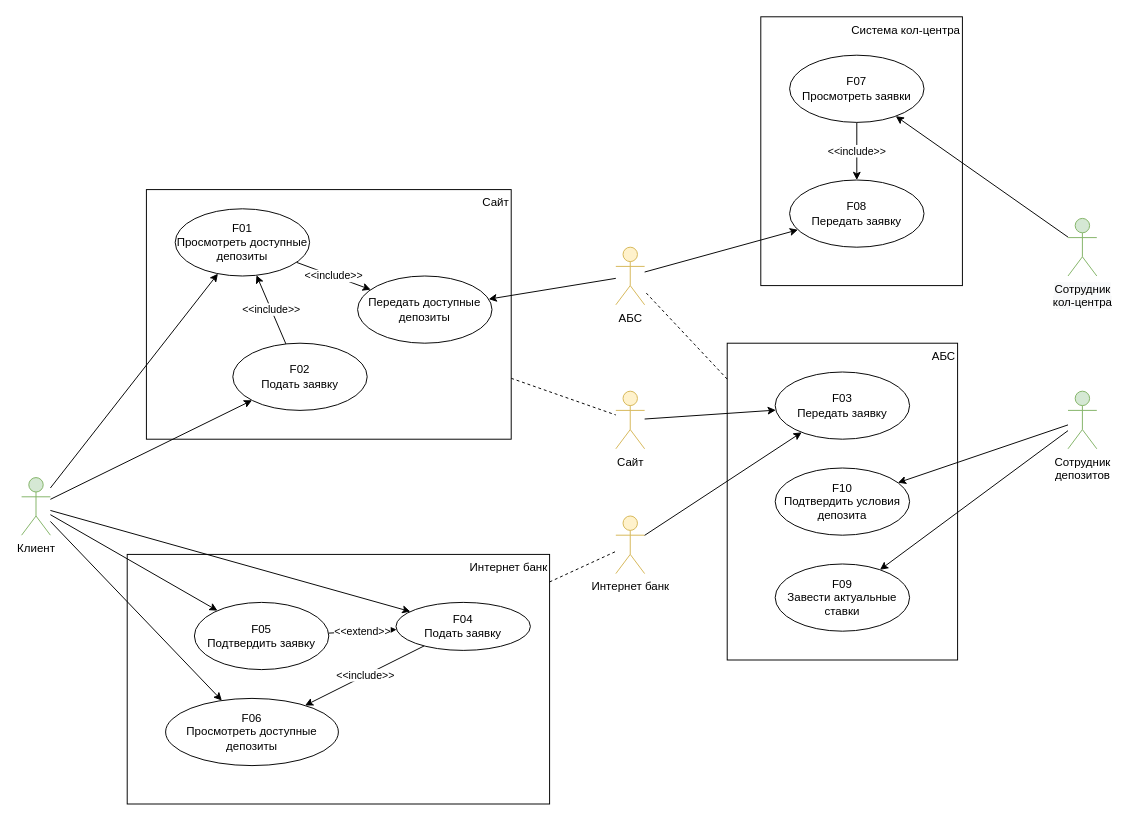
Above: page "Model UC" (1 of 2) of Exc3/usecases.drawio in asbelon/architecture-sprint-9 (draw.io), before the change. Source tidied: cells renumbered, new cells numbered last; positions are measured from the earlier drawing's top-left corner, leaving out a move shared by most shapes. Both pictures are drawn from the tidied source at 96%, with x=0, y=0 at pixel (21, 16).
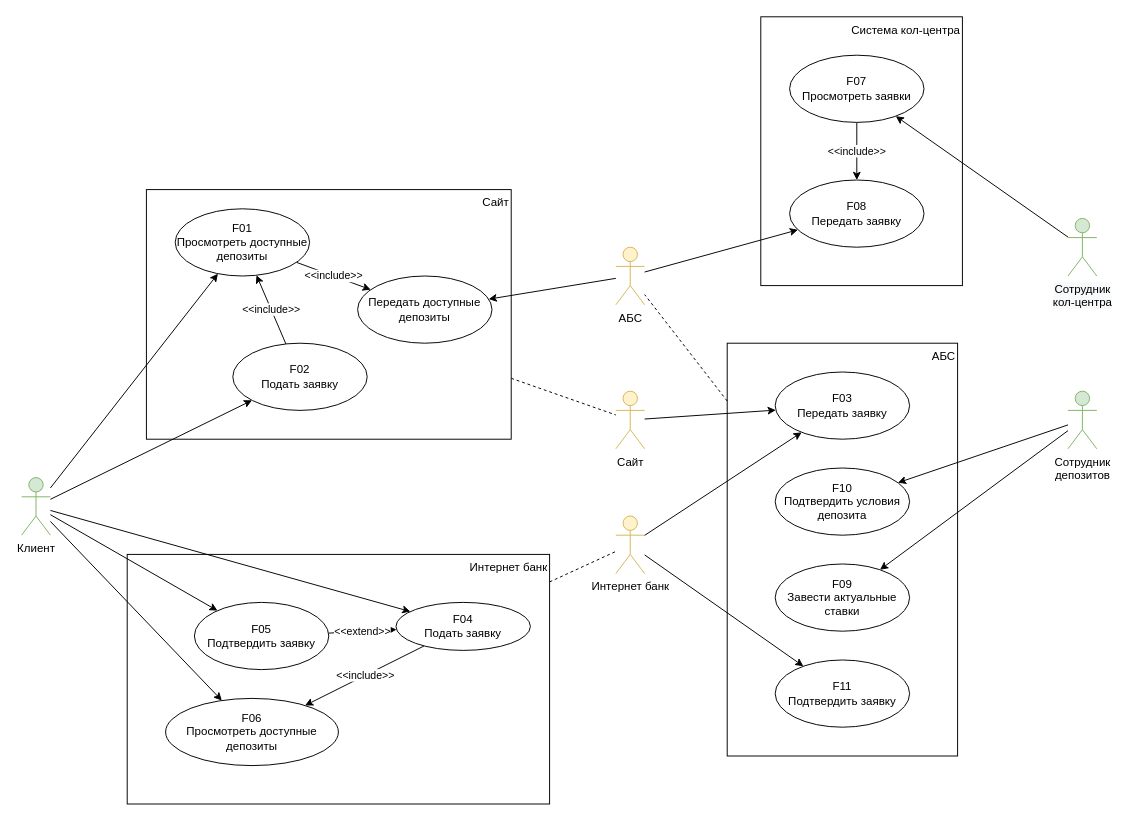
The same diagram, later.

The change refers to these unchanged cells:
```xml
<mxCell id="36" value="Интернет банк" style="shape=umlActor;verticalLabelPosition=bottom;verticalAlign=top;html=1;outlineConnect=0;fillColor=#fff2cc;strokeColor=#d6b656;" parent="1" vertex="1">
  <mxGeometry x="619" y="520" width="30" height="60" as="geometry" />
</mxCell>
```

The edit, as a diff of the source:
```diff
@@
     <mxCell id="2" value="АБС" style="rounded=0;whiteSpace=wrap;html=1;align=right;verticalAlign=top;" parent="1" vertex="1">
-      <mxGeometry x="735" y="340" width="240" height="330" as="geometry" />
+      <mxGeometry x="735" y="340" width="240" height="430" as="geometry" />
     </mxCell>
@@
+    <mxCell id="43" style="edgeStyle=none;rounded=0;jettySize=auto;html=1;" parent="1" edge="1" source="36" target="44">
+      <mxGeometry relative="1" as="geometry" />
+    </mxCell>
@@
+    <mxCell id="44" value="F11&lt;br&gt;Подтвердить заявку" style="ellipse;whiteSpace=wrap;html=1;" parent="1" vertex="1">
+      <mxGeometry x="785" y="670" width="140" height="70" as="geometry" />
+    </mxCell>
```
